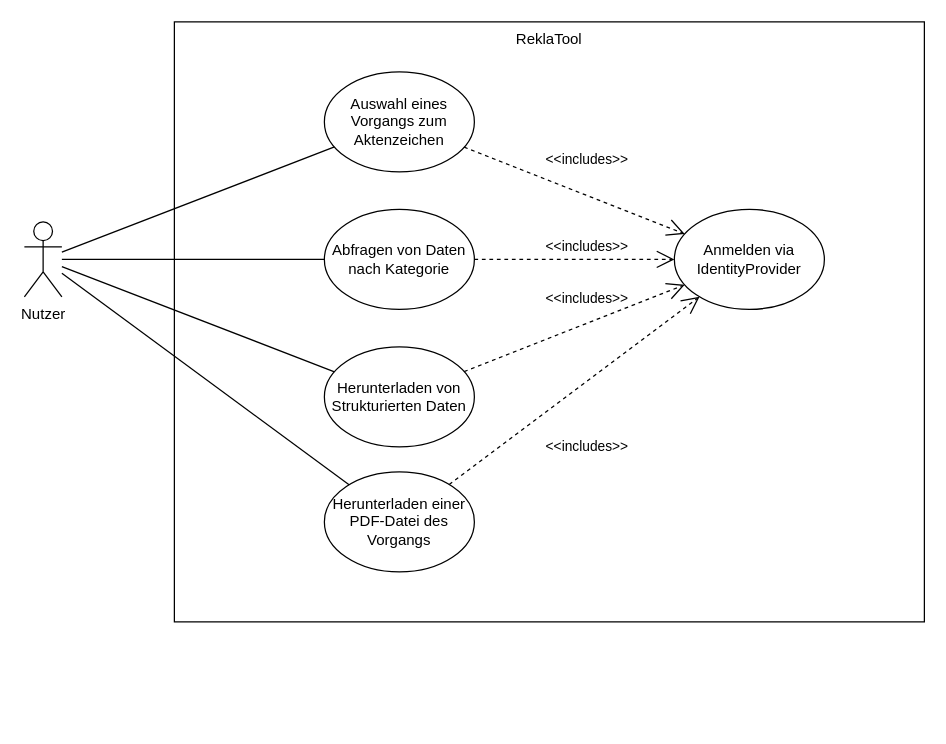
The draw.io diagram Dokumentation/Diagramme/UseCase/UseCaseDiagram.drawio in iiiLearningAccount/ReklaTool_221025, before the edit. Source tidied: cells renumbered, new cells numbered last; positions are measured from the earlier drawing's top-left corner, leaving out a move shared by most shapes. Both pictures are drawn from the tidied source at 125%, with x=0, y=0 at pixel (24, 21).
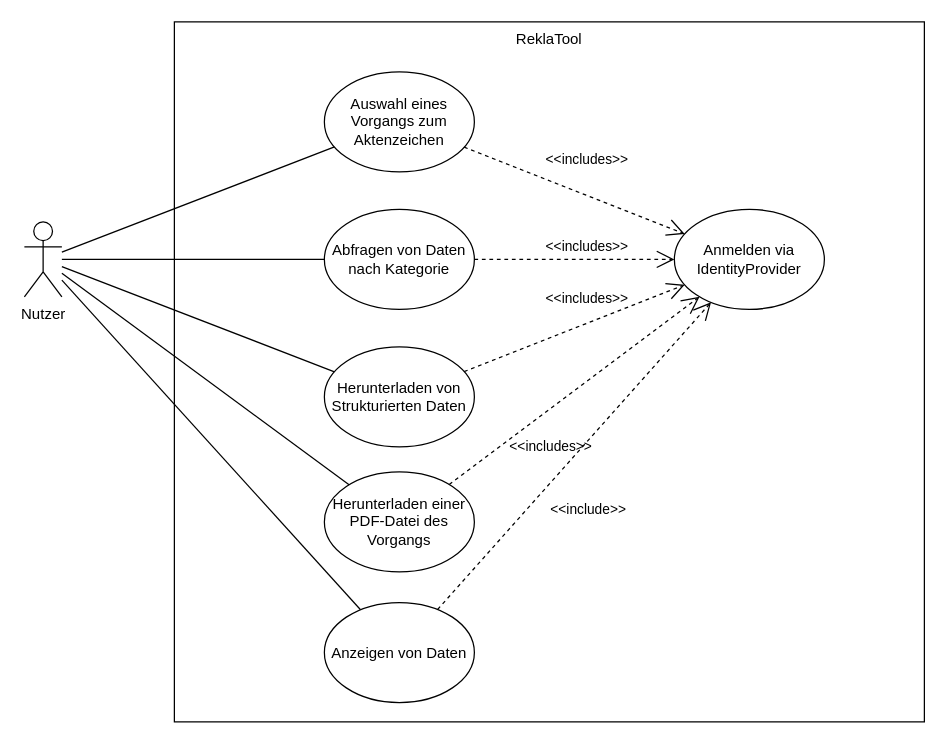
The same diagram, later.

Unchanged cells that the change refers to:
```xml
<mxCell id="7" value="Nutzer" style="shape=umlActor;verticalLabelPosition=bottom;verticalAlign=top;html=1;outlineConnect=0;" parent="1" vertex="1">
  <mxGeometry y="160" width="30" height="60" as="geometry" />
</mxCell>
<mxCell id="10" value="Anmelden via IdentityProvider" style="ellipse;whiteSpace=wrap;html=1;verticalAlign=middle;" parent="1" vertex="1">
  <mxGeometry x="520" y="150" width="120" height="80" as="geometry" />
</mxCell>
<mxCell id="15" value="Herunterladen einer PDF-Datei des Vorgangs" style="ellipse;whiteSpace=wrap;html=1;verticalAlign=middle;" parent="1" vertex="1">
  <mxGeometry x="240" y="360" width="120" height="80" as="geometry" />
</mxCell>
```

Diff of the diagram source:
```diff
@@
     <mxCell id="2" value="ReklaTool" style="rounded=0;whiteSpace=wrap;html=1;verticalAlign=top;" parent="1" vertex="1">
-      <mxGeometry x="120" width="600" height="480" as="geometry" />
+      <mxGeometry x="120" width="600" height="560" as="geometry" />
     </mxCell>
@@
+    <mxCell id="19" style="rounded=0;jettySize=auto;html=1;endArrow=none;endFill=0;" parent="1" edge="1" source="7" target="22">
+      <mxGeometry relative="1" as="geometry" />
+    </mxCell>
@@
     <mxCell id="14" value="&#10;&#10;&lt;span style=&quot;color: rgb(0, 0, 0); font-family: helvetica; font-size: 11px; font-style: normal; font-weight: 400; letter-spacing: normal; text-align: center; text-indent: 0px; text-transform: none; word-spacing: 0px; display: inline; float: none;&quot;&gt;&amp;lt;&amp;lt;includes&amp;gt;&amp;gt;&lt;/span&gt;&#10;&#10;" style="edgeStyle=none;rounded=0;jumpSize=6;jettySize=auto;html=1;dashed=1;endArrow=open;endFill=0;endSize=12;labelBackgroundColor=none;" parent="1" edge="1" source="15" target="10">
-      <mxGeometry x="-0.15" y="-42" relative="1" as="geometry" />
+      <mxGeometry x="-0.34" y="-24" relative="1" as="geometry" />
     </mxCell>
@@
+    <mxCell id="20" style="edgeStyle=none;rounded=0;jettySize=auto;html=1;endArrow=open;endFill=0;endSize=12;dashed=1;" parent="1" edge="1" source="22" target="10">
+      <mxGeometry relative="1" as="geometry" />
+    </mxCell>
+    <mxCell id="21" value="&amp;lt;&amp;lt;include&amp;gt;&amp;gt;" style="edgeLabel;html=1;align=center;verticalAlign=middle;" parent="20" vertex="1">
+      <mxGeometry x="-0.4" y="-1" relative="1" as="geometry">
+        <mxPoint x="53" y="-7" as="offset" />
+      </mxGeometry>
+    </mxCell>
+    <mxCell id="22" value="Anzeigen von Daten" style="ellipse;whiteSpace=wrap;html=1;verticalAlign=middle;" parent="1" vertex="1">
+      <mxGeometry x="240" y="464.5" width="120" height="80" as="geometry" />
+    </mxCell>
```
